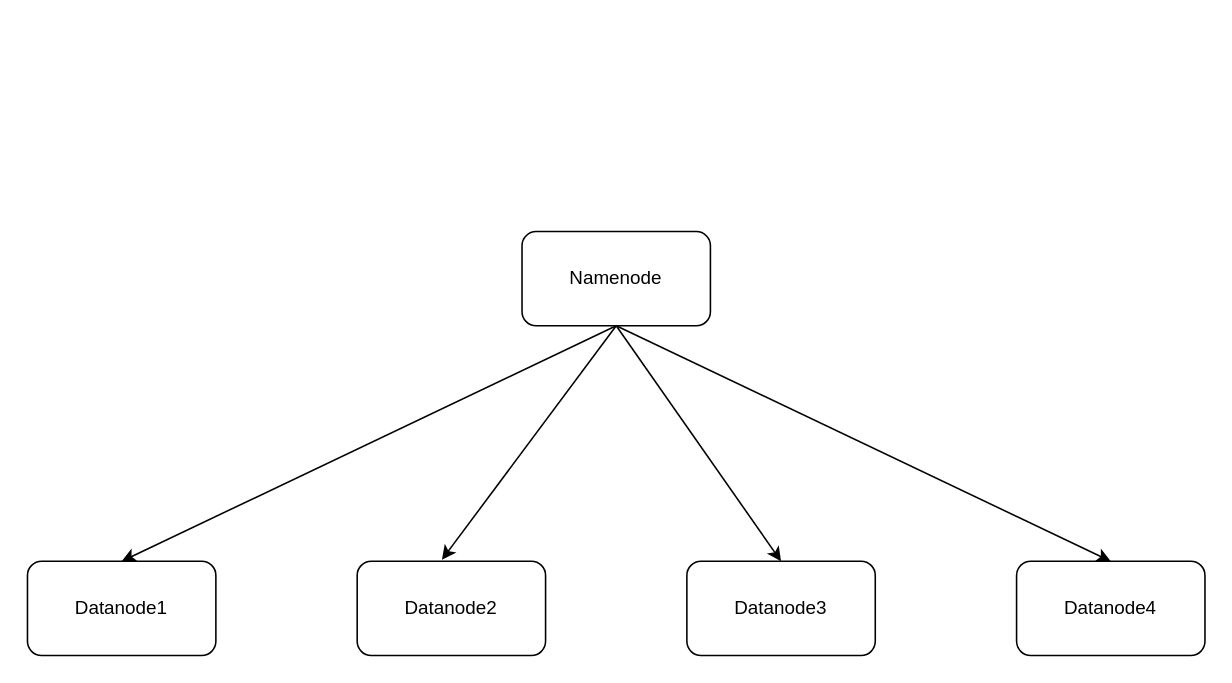
This is hdfsarchitecture.drawio from bhuvandeshpande/bigdatahadoop, a draw.io file, before an edit. Source tidied: cells renumbered, new cells numbered last; positions are measured from the earlier drawing's top-left corner, leaving out a move shared by most shapes. Both pictures are drawn from the tidied source at 157%, with x=0, y=0 at pixel (27, 231).
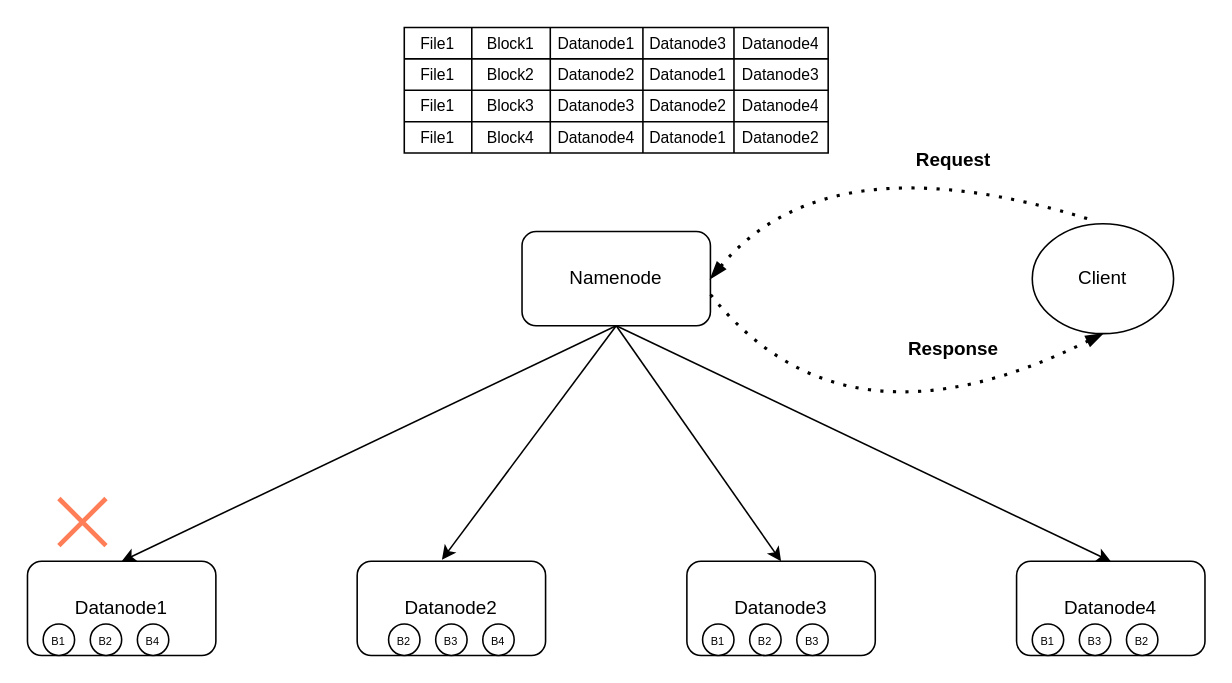
The same page after the edit.

The change refers to these unchanged cells:
```xml
<mxCell id="2" value="Namenode" style="rounded=1;whiteSpace=wrap;html=1;" parent="1" vertex="1">
  <mxGeometry x="315" width="120" height="60" as="geometry" />
</mxCell>
```

Change to the diagram source:
```diff
@@
+    <mxCell id="11" value="Client" style="ellipse;whiteSpace=wrap;html=1;" parent="1" vertex="1">
+      <mxGeometry x="640" y="-5" width="90" height="70" as="geometry" />
+    </mxCell>
+    <mxCell id="12" style="endArrow=none;dashed=1;html=1;dashPattern=1 3;strokeWidth=2;rounded=0;curved=1;startArrow=blockThin;startFill=1;exitX=1;exitY=0.5;exitDx=0;exitDy=0;entryX=0.433;entryY=-0.029;entryDx=0;entryDy=0;entryPerimeter=0;" parent="1" edge="1" source="2" target="11">
+      <mxGeometry relative="1" as="geometry">
+        <Array as="points">
+          <mxPoint x="510" y="-60" />
+        </Array>
+      </mxGeometry>
+    </mxCell>
+    <mxCell id="13" value="Request" style="text;html=1;align=center;verticalAlign=middle;whiteSpace=wrap;rounded=0;fontStyle=1;" parent="1" vertex="1">
+      <mxGeometry x="560" y="-60" width="60" height="30" as="geometry" />
+    </mxCell>
+    <mxCell id="14" value="Response" style="text;html=1;align=center;verticalAlign=middle;whiteSpace=wrap;rounded=0;fontStyle=1;" parent="1" vertex="1">
+      <mxGeometry x="560" y="60" width="60" height="30" as="geometry" />
+    </mxCell>
+    <mxCell id="15" style="endArrow=none;dashed=1;html=1;dashPattern=1 3;strokeWidth=2;rounded=0;curved=1;startArrow=blockThin;startFill=1;exitX=0.5;exitY=1;exitDx=0;exitDy=0;entryX=0.983;entryY=0.883;entryDx=0;entryDy=0;entryPerimeter=0;" parent="1" edge="1" source="11">
+      <mxGeometry relative="1" as="geometry">
+        <mxPoint x="435" y="40" as="targetPoint" />
+        <Array as="points">
+          <mxPoint x="520" y="147" />
+        </Array>
+      </mxGeometry>
+    </mxCell>
+    <mxCell id="16" style="shape=table;startSize=0;childLayout=tableLayout;fontSize=10;" parent="1" vertex="1">
+      <mxGeometry x="240" y="-130" width="270" height="80" as="geometry" />
+    </mxCell>
+    <mxCell id="17" style="shape=tableRow;horizontal=0;startSize=0;swimlaneHead=0;swimlaneBody=0;strokeColor=inherit;top=0;left=0;bottom=0;right=0;fillColor=none;fontSize=10;" parent="16" vertex="1">
+      <mxGeometry width="270" height="20" as="geometry" />
+    </mxCell>
+    <mxCell id="18" value="File1" style="shape=partialRectangle;html=1;whiteSpace=wrap;strokeColor=inherit;overflow=hidden;fillColor=none;top=0;left=0;bottom=0;right=0;fontSize=10;" parent="17" vertex="1">
+      <mxGeometry width="43" height="20" as="geometry" />
+    </mxCell>
+    <mxCell id="19" value="Block1" style="shape=partialRectangle;html=1;whiteSpace=wrap;strokeColor=inherit;overflow=hidden;fillColor=none;top=0;left=0;bottom=0;right=0;fontSize=10;" parent="17" vertex="1">
+      <mxGeometry x="43" width="50" height="20" as="geometry" />
+    </mxCell>
+    <mxCell id="20" value="Datanode1" style="shape=partialRectangle;html=1;whiteSpace=wrap;strokeColor=inherit;overflow=hidden;fillColor=none;top=0;left=0;bottom=0;right=0;fontSize=10;" parent="17" vertex="1">
+      <mxGeometry x="93" width="59" height="20" as="geometry" />
+    </mxCell>
+    <mxCell id="21" value="Datanode3" style="shape=partialRectangle;html=1;whiteSpace=wrap;strokeColor=inherit;overflow=hidden;fillColor=none;top=0;left=0;bottom=0;right=0;fontSize=10;" parent="17" vertex="1">
+      <mxGeometry x="152" width="58" height="20" as="geometry" />
+    </mxCell>
+    <mxCell id="22" value="Datanode4" style="shape=partialRectangle;html=1;whiteSpace=wrap;strokeColor=inherit;overflow=hidden;fillColor=none;top=0;left=0;bottom=0;right=0;fontSize=10;" parent="17" vertex="1">
+      <mxGeometry x="210" width="60" height="20" as="geometry" />
+    </mxCell>
+    <mxCell id="23" style="shape=tableRow;horizontal=0;startSize=0;swimlaneHead=0;swimlaneBody=0;strokeColor=inherit;top=0;left=0;bottom=0;right=0;fillColor=none;fontSize=10;" parent="16" vertex="1">
+      <mxGeometry y="20" width="270" height="20" as="geometry" />
+    </mxCell>
+    <mxCell id="24" value="File1" style="shape=partialRectangle;html=1;whiteSpace=wrap;strokeColor=inherit;overflow=hidden;fillColor=none;top=0;left=0;bottom=0;right=0;fontSize=10;" parent="23" vertex="1">
+      <mxGeometry width="43" height="20" as="geometry" />
+    </mxCell>
+    <mxCell id="25" value="Block2" style="shape=partialRectangle;html=1;whiteSpace=wrap;strokeColor=inherit;overflow=hidden;fillColor=none;top=0;left=0;bottom=0;right=0;fontSize=10;" parent="23" vertex="1">
+      <mxGeometry x="43" width="50" height="20" as="geometry" />
+    </mxCell>
+    <mxCell id="26" value="Datanode2" style="shape=partialRectangle;html=1;whiteSpace=wrap;strokeColor=inherit;overflow=hidden;fillColor=none;top=0;left=0;bottom=0;right=0;fontSize=10;" parent="23" vertex="1">
+      <mxGeometry x="93" width="59" height="20" as="geometry" />
+    </mxCell>
+    <mxCell id="27" value="Datanode1" style="shape=partialRectangle;html=1;whiteSpace=wrap;strokeColor=inherit;overflow=hidden;fillColor=none;top=0;left=0;bottom=0;right=0;fontSize=10;" parent="23" vertex="1">
+      <mxGeometry x="152" width="58" height="20" as="geometry" />
+    </mxCell>
+    <mxCell id="28" value="Datanode3" style="shape=partialRectangle;html=1;whiteSpace=wrap;strokeColor=inherit;overflow=hidden;fillColor=none;top=0;left=0;bottom=0;right=0;fontSize=10;" parent="23" vertex="1">
+      <mxGeometry x="210" width="60" height="20" as="geometry" />
+    </mxCell>
+    <mxCell id="29" style="shape=tableRow;horizontal=0;startSize=0;swimlaneHead=0;swimlaneBody=0;strokeColor=inherit;top=0;left=0;bottom=0;right=0;fillColor=none;fontSize=10;" parent="16" vertex="1">
+      <mxGeometry y="40" width="270" height="20" as="geometry" />
+    </mxCell>
+    <mxCell id="30" value="File1" style="shape=partialRectangle;html=1;whiteSpace=wrap;strokeColor=inherit;overflow=hidden;fillColor=none;top=0;left=0;bottom=0;right=0;fontSize=10;" parent="29" vertex="1">
+      <mxGeometry width="43" height="20" as="geometry" />
+    </mxCell>
+    <mxCell id="31" value="Block3" style="shape=partialRectangle;html=1;whiteSpace=wrap;strokeColor=inherit;overflow=hidden;fillColor=none;top=0;left=0;bottom=0;right=0;fontSize=10;" parent="29" vertex="1">
+      <mxGeometry x="43" width="50" height="20" as="geometry" />
+    </mxCell>
+    <mxCell id="32" value="Datanode3" style="shape=partialRectangle;html=1;whiteSpace=wrap;strokeColor=inherit;overflow=hidden;fillColor=none;top=0;left=0;bottom=0;right=0;fontSize=10;" parent="29" vertex="1">
+      <mxGeometry x="93" width="59" height="20" as="geometry" />
+    </mxCell>
+    <mxCell id="33" value="Datanode2" style="shape=partialRectangle;html=1;whiteSpace=wrap;strokeColor=inherit;overflow=hidden;fillColor=none;top=0;left=0;bottom=0;right=0;fontSize=10;" parent="29" vertex="1">
+      <mxGeometry x="152" width="58" height="20" as="geometry" />
+    </mxCell>
+    <mxCell id="34" value="Datanode4" style="shape=partialRectangle;html=1;whiteSpace=wrap;strokeColor=inherit;overflow=hidden;fillColor=none;top=0;left=0;bottom=0;right=0;fontSize=10;" parent="29" vertex="1">
+      <mxGeometry x="210" width="60" height="20" as="geometry" />
+    </mxCell>
+    <mxCell id="35" style="shape=tableRow;horizontal=0;startSize=0;swimlaneHead=0;swimlaneBody=0;strokeColor=inherit;top=0;left=0;bottom=0;right=0;fillColor=none;fontSize=10;" parent="16" vertex="1">
+      <mxGeometry y="60" width="270" height="20" as="geometry" />
+    </mxCell>
+    <mxCell id="36" value="File1" style="shape=partialRectangle;html=1;whiteSpace=wrap;strokeColor=inherit;overflow=hidden;fillColor=none;top=0;left=0;bottom=0;right=0;fontSize=10;" parent="35" vertex="1">
+      <mxGeometry width="43" height="20" as="geometry" />
+    </mxCell>
+    <mxCell id="37" value="Block4" style="shape=partialRectangle;html=1;whiteSpace=wrap;strokeColor=inherit;overflow=hidden;fillColor=none;top=0;left=0;bottom=0;right=0;fontSize=10;" parent="35" vertex="1">
+      <mxGeometry x="43" width="50" height="20" as="geometry" />
+    </mxCell>
+    <mxCell id="38" value="Datanode4" style="shape=partialRectangle;html=1;whiteSpace=wrap;strokeColor=inherit;overflow=hidden;fillColor=none;top=0;left=0;bottom=0;right=0;fontSize=10;" parent="35" vertex="1">
+      <mxGeometry x="93" width="59" height="20" as="geometry" />
+    </mxCell>
+    <mxCell id="39" value="Datanode1" style="shape=partialRectangle;html=1;whiteSpace=wrap;strokeColor=inherit;overflow=hidden;fillColor=none;top=0;left=0;bottom=0;right=0;fontSize=10;" parent="35" vertex="1">
+      <mxGeometry x="152" width="58" height="20" as="geometry" />
+    </mxCell>
+    <mxCell id="40" value="Datanode2" style="shape=partialRectangle;html=1;whiteSpace=wrap;strokeColor=inherit;overflow=hidden;fillColor=none;top=0;left=0;bottom=0;right=0;fontSize=10;" parent="35" vertex="1">
+      <mxGeometry x="210" width="60" height="20" as="geometry" />
+    </mxCell>
+    <mxCell id="41" value="&lt;font style=&quot;font-size: 7px;&quot;&gt;B1&lt;/font&gt;" style="ellipse;whiteSpace=wrap;html=1;" parent="1" vertex="1">
+      <mxGeometry x="430" y="250" width="20" height="20" as="geometry" />
+    </mxCell>
+    <mxCell id="42" value="&lt;font style=&quot;font-size: 7px;&quot;&gt;B1&lt;/font&gt;" style="ellipse;whiteSpace=wrap;html=1;" parent="1" vertex="1">
+      <mxGeometry x="10" y="250" width="20" height="20" as="geometry" />
+    </mxCell>
+    <mxCell id="43" value="&lt;font style=&quot;font-size: 7px;&quot;&gt;B1&lt;/font&gt;" style="ellipse;whiteSpace=wrap;html=1;" parent="1" vertex="1">
+      <mxGeometry x="640" y="250" width="20" height="20" as="geometry" />
+    </mxCell>
+    <mxCell id="44" value="&lt;font style=&quot;font-size: 7px;&quot;&gt;B2&lt;/font&gt;" style="ellipse;whiteSpace=wrap;html=1;" parent="1" vertex="1">
+      <mxGeometry x="40" y="250" width="20" height="20" as="geometry" />
+    </mxCell>
+    <mxCell id="45" value="&lt;font style=&quot;font-size: 7px;&quot;&gt;B2&lt;/font&gt;" style="ellipse;whiteSpace=wrap;html=1;" parent="1" vertex="1">
+      <mxGeometry x="230" y="250" width="20" height="20" as="geometry" />
+    </mxCell>
+    <mxCell id="46" value="&lt;font style=&quot;font-size: 7px;&quot;&gt;B2&lt;/font&gt;" style="ellipse;whiteSpace=wrap;html=1;" parent="1" vertex="1">
+      <mxGeometry x="460" y="250" width="20" height="20" as="geometry" />
+    </mxCell>
+    <mxCell id="47" value="&lt;font style=&quot;font-size: 7px;&quot;&gt;B3&lt;/font&gt;" style="ellipse;whiteSpace=wrap;html=1;" parent="1" vertex="1">
+      <mxGeometry x="490" y="250" width="20" height="20" as="geometry" />
+    </mxCell>
+    <mxCell id="48" value="&lt;font style=&quot;font-size: 7px;&quot;&gt;B3&lt;/font&gt;" style="ellipse;whiteSpace=wrap;html=1;" parent="1" vertex="1">
+      <mxGeometry x="260" y="250" width="20" height="20" as="geometry" />
+    </mxCell>
+    <mxCell id="49" value="&lt;font style=&quot;font-size: 7px;&quot;&gt;B3&lt;/font&gt;" style="ellipse;whiteSpace=wrap;html=1;" parent="1" vertex="1">
+      <mxGeometry x="670" y="250" width="20" height="20" as="geometry" />
+    </mxCell>
+    <mxCell id="50" value="&lt;font style=&quot;font-size: 7px;&quot;&gt;B2&lt;/font&gt;" style="ellipse;whiteSpace=wrap;html=1;" parent="1" vertex="1">
+      <mxGeometry x="700" y="250" width="20" height="20" as="geometry" />
+    </mxCell>
+    <mxCell id="51" value="&lt;font style=&quot;font-size: 7px;&quot;&gt;B4&lt;/font&gt;" style="ellipse;whiteSpace=wrap;html=1;" parent="1" vertex="1">
+      <mxGeometry x="70" y="250" width="20" height="20" as="geometry" />
+    </mxCell>
+    <mxCell id="52" value="&lt;font style=&quot;font-size: 7px;&quot;&gt;B4&lt;/font&gt;" style="ellipse;whiteSpace=wrap;html=1;" parent="1" vertex="1">
+      <mxGeometry x="290" y="250" width="20" height="20" as="geometry" />
+    </mxCell>
+    <mxCell id="53" style="shape=umlDestroy;whiteSpace=wrap;html=1;strokeWidth=3;targetShapes=umlLifeline;fillStyle=solid;fillColor=default;strokeColor=#FF7E57;" parent="1" vertex="1">
+      <mxGeometry x="20" y="170" width="30" height="30" as="geometry" />
+    </mxCell>
```
